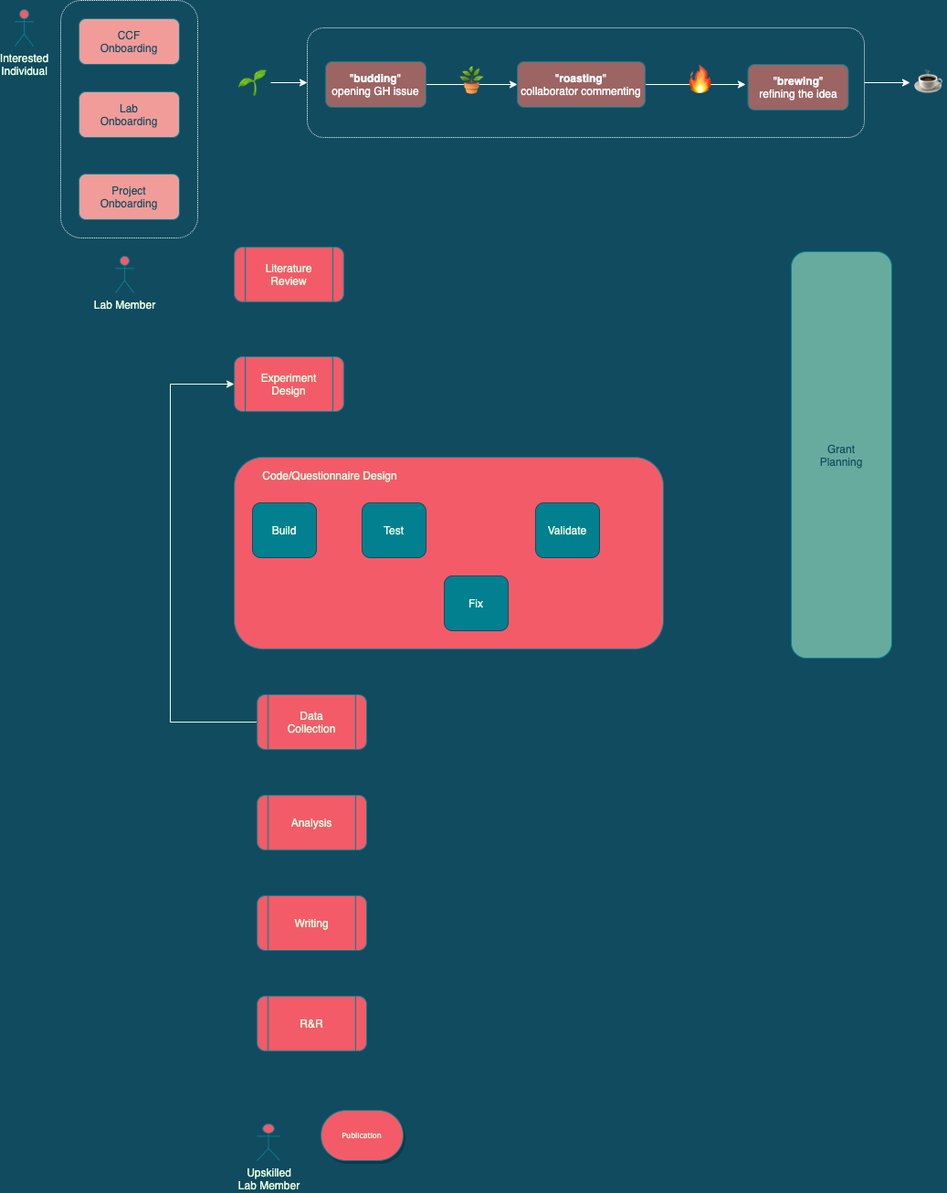
jessb0t/marathons keeps this draw.io diagram as Untitled Diagram.png. Above is the earlier version. Source tidied: cells renumbered, new cells last; positions are measured from the earlier drawing's top-left corner, leaving out a move shared by most shapes.
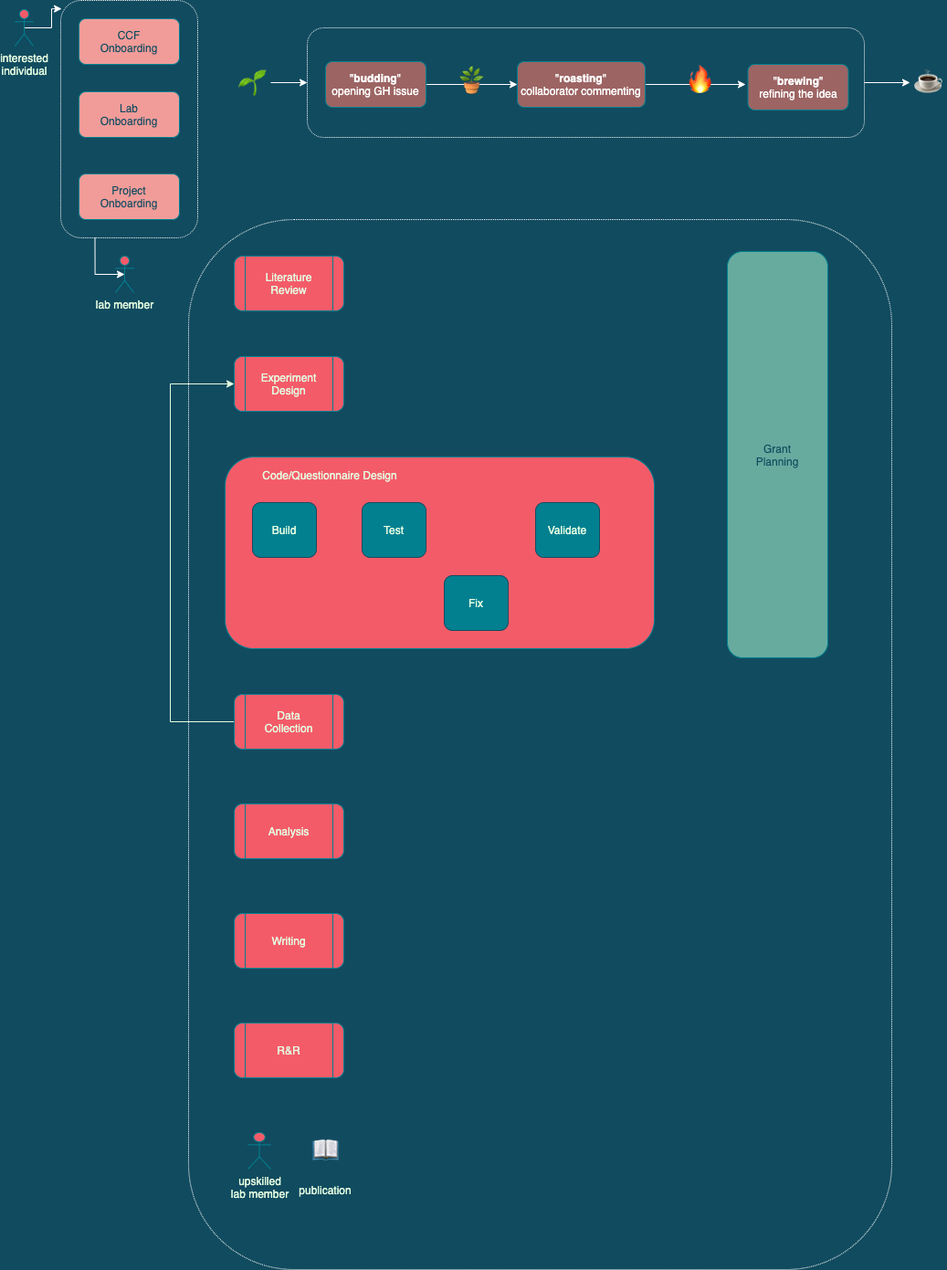
Later version of the same file.

Diff of the diagram source:
```diff
@@ -2,20 +2,20 @@
   <root>
     <mxCell id="0" />
     <mxCell id="1" parent="0" />
+    <mxCell id="36" style="rounded=1;whiteSpace=wrap;html=1;shadow=0;dashed=1;dashPattern=1 1;fontSize=31;fontColor=#294540;strokeColor=#FFFFFF;fillColor=none;align=center;" parent="1" vertex="1">
+      <mxGeometry x="190" y="240" width="770" height="1150" as="geometry" />
+    </mxCell>
     <mxCell id="2" style="rounded=1;whiteSpace=wrap;html=1;shadow=0;dashed=1;dashPattern=1 1;fontSize=31;fontColor=#294540;strokeColor=#FFFFFF;fillColor=none;align=center;" parent="1" vertex="1">
       <mxGeometry x="320" y="30" width="610" height="120" as="geometry" />
     </mxCell>
-    <mxCell id="3" value="Publication" style="strokeWidth=1;html=1;shape=mxgraph.flowchart.terminator;whiteSpace=wrap;rounded=0;shadow=1;labelBackgroundColor=none;fontFamily=Verdana;fontSize=8;align=center;fillColor=#F45B69;strokeColor=#028090;fontColor=#E4FDE1;" parent="1" vertex="1">
-      <mxGeometry x="335" y="1215" width="90" height="55" as="geometry" />
-    </mxCell>
     <mxCell id="4" value="Literature&lt;br&gt;Review" style="shape=process;whiteSpace=wrap;html=1;backgroundOutline=1;rounded=1;sketch=0;fontColor=#E4FDE1;strokeColor=#028090;fillColor=#F45B69;" parent="1" vertex="1">
-      <mxGeometry x="240" y="270" width="120" height="60" as="geometry" />
+      <mxGeometry x="240" y="280" width="120" height="60" as="geometry" />
     </mxCell>
     <mxCell id="5" value="Experiment&lt;br&gt;Design" style="shape=process;whiteSpace=wrap;html=1;backgroundOutline=1;rounded=1;sketch=0;fontColor=#E4FDE1;strokeColor=#028090;fillColor=#F45B69;" parent="1" vertex="1">
       <mxGeometry x="240" y="390" width="120" height="60" as="geometry" />
     </mxCell>
     <mxCell id="6" style="rounded=1;whiteSpace=wrap;html=1;sketch=0;fontColor=#E4FDE1;strokeColor=#028090;fillColor=#F45B69;" parent="1" vertex="1">
-      <mxGeometry x="240" y="500" width="470" height="210" as="geometry" />
+      <mxGeometry x="230" y="500" width="470" height="210" as="geometry" />
     </mxCell>
     <mxCell id="7" style="edgeStyle=orthogonalEdgeStyle;rounded=0;jettySize=auto;html=1;exitX=0;exitY=0.5;exitDx=0;exitDy=0;entryX=0;entryY=0.5;entryDx=0;entryDy=0;fontSize=31;fontColor=#294540;strokeColor=#E4FDE1;" parent="1" edge="1" source="8" target="5">
       <mxGeometry relative="1" as="geometry">
@@ -26,19 +26,19 @@
       </mxGeometry>
     </mxCell>
     <mxCell id="8" value="Data&lt;br&gt;Collection" style="shape=process;whiteSpace=wrap;html=1;backgroundOutline=1;rounded=1;sketch=0;fontColor=#E4FDE1;strokeColor=#028090;fillColor=#F45B69;shadow=0;" parent="1" vertex="1">
-      <mxGeometry x="265" y="760" width="120" height="60" as="geometry" />
+      <mxGeometry x="240" y="760" width="120" height="60" as="geometry" />
     </mxCell>
     <mxCell id="9" value="Analysis" style="shape=process;whiteSpace=wrap;html=1;backgroundOutline=1;rounded=1;sketch=0;fontColor=#E4FDE1;strokeColor=#028090;fillColor=#F45B69;shadow=0;" parent="1" vertex="1">
-      <mxGeometry x="265" y="870" width="120" height="60" as="geometry" />
+      <mxGeometry x="240" y="880" width="120" height="60" as="geometry" />
     </mxCell>
     <mxCell id="10" value="Writing" style="shape=process;whiteSpace=wrap;html=1;backgroundOutline=1;rounded=1;sketch=0;fontColor=#E4FDE1;strokeColor=#028090;fillColor=#F45B69;shadow=0;" parent="1" vertex="1">
-      <mxGeometry x="265" y="980" width="120" height="60" as="geometry" />
+      <mxGeometry x="240" y="1000" width="120" height="60" as="geometry" />
     </mxCell>
     <mxCell id="11" value="R&amp;amp;R" style="shape=process;whiteSpace=wrap;html=1;backgroundOutline=1;rounded=1;sketch=0;fontColor=#E4FDE1;strokeColor=#028090;fillColor=#F45B69;shadow=0;" parent="1" vertex="1">
-      <mxGeometry x="265" y="1090" width="120" height="60" as="geometry" />
+      <mxGeometry x="240" y="1120" width="120" height="60" as="geometry" />
     </mxCell>
-    <mxCell id="12" value="Upskilled&lt;br&gt;Lab Member" style="shape=umlActor;verticalLabelPosition=bottom;verticalAlign=top;html=1;rounded=0;shadow=0;sketch=0;fontColor=#E4FDE1;strokeColor=#028090;fillColor=#F45B69;" parent="1" vertex="1">
-      <mxGeometry x="265" y="1230" width="25" height="40" as="geometry" />
+    <mxCell id="12" value="upskilled&lt;br&gt;lab member" style="shape=umlActor;verticalLabelPosition=bottom;verticalAlign=top;html=1;rounded=0;shadow=0;sketch=0;fontColor=#E4FDE1;strokeColor=#028090;fillColor=#F45B69;" parent="1" vertex="1">
+      <mxGeometry x="255" y="1240" width="25" height="40" as="geometry" />
     </mxCell>
     <mxCell id="13" value="Code/Questionnaire Design" style="text;html=1;strokeColor=none;fillColor=none;align=center;verticalAlign=middle;whiteSpace=wrap;rounded=0;shadow=0;sketch=0;fontColor=#E4FDE1;" parent="1" vertex="1">
       <mxGeometry x="250" y="510" width="190" height="20" as="geometry" />
@@ -64,10 +64,13 @@
     <mxCell id="20" value="&lt;font color=&quot;#114b5f&quot;&gt;Project&lt;br&gt;Onboarding&lt;/font&gt;" style="rounded=1;whiteSpace=wrap;html=1;sketch=0;fontColor=#E4FDE1;strokeColor=#028090;gradientColor=none;fillColor=#F19C99;" parent="1" vertex="1">
       <mxGeometry x="70" y="190" width="110" height="50" as="geometry" />
     </mxCell>
-    <mxCell id="21" value="Lab Member" style="shape=umlActor;verticalLabelPosition=bottom;verticalAlign=top;html=1;outlineConnect=0;rounded=0;shadow=0;sketch=0;fontColor=#E4FDE1;strokeColor=#028090;fillColor=#F45B69;" parent="1" vertex="1">
+    <mxCell id="21" value="lab member" style="shape=umlActor;verticalLabelPosition=bottom;verticalAlign=top;html=1;outlineConnect=0;rounded=0;shadow=0;sketch=0;fontColor=#E4FDE1;strokeColor=#028090;fillColor=#F45B69;" parent="1" vertex="1">
       <mxGeometry x="110" y="280" width="20" height="40" as="geometry" />
     </mxCell>
+    <mxCell id="37" style="edgeStyle=orthogonalEdgeStyle;rounded=0;jettySize=auto;html=1;exitX=0.5;exitY=0.5;exitDx=0;exitDy=0;exitPerimeter=0;entryX=0.007;entryY=0.035;entryDx=0;entryDy=0;entryPerimeter=0;fontSize=31;fontColor=#294540;strokeColor=#FFFFFF;" parent="1" edge="1" source="22" target="32">
+      <mxGeometry relative="1" as="geometry" />
+    </mxCell>
-    <mxCell id="22" value="Interested&lt;br&gt;Individual" style="shape=umlActor;verticalLabelPosition=bottom;verticalAlign=top;html=1;outlineConnect=0;rounded=0;shadow=0;sketch=0;fontColor=#E4FDE1;strokeColor=#028090;fillColor=#F45B69;" parent="1" vertex="1">
+    <mxCell id="22" value="interested&lt;br&gt;individual" style="shape=umlActor;verticalLabelPosition=bottom;verticalAlign=top;html=1;outlineConnect=0;rounded=0;shadow=0;sketch=0;fontColor=#E4FDE1;strokeColor=#028090;fillColor=#F45B69;" parent="1" vertex="1">
       <mxGeometry y="10" width="20" height="40" as="geometry" />
     </mxCell>
     <mxCell id="23" style="edgeStyle=orthogonalEdgeStyle;rounded=0;jettySize=auto;html=1;exitX=1;exitY=0.5;exitDx=0;exitDy=0;entryX=0;entryY=0.5;entryDx=0;entryDy=0;fontSize=31;fontColor=#294540;strokeColor=#FFFFFF;" parent="1" edge="1" source="24" target="2">
@@ -97,8 +100,15 @@
       <mxGeometry x="802.5" y="70" width="110" height="50" as="geometry" />
     </mxCell>
     <mxCell id="31" value="&lt;font color=&quot;#114b5f&quot;&gt;Grant&lt;br&gt;Planning&lt;/font&gt;" style="rounded=1;whiteSpace=wrap;html=1;sketch=0;fontColor=#E4FDE1;strokeColor=#028090;gradientColor=none;fillColor=#67AB9F;" parent="1" vertex="1">
-      <mxGeometry x="850" y="275" width="110" height="445" as="geometry" />
+      <mxGeometry x="780" y="275" width="110" height="445" as="geometry" />
     </mxCell>
+    <mxCell id="38" style="edgeStyle=orthogonalEdgeStyle;rounded=0;jettySize=auto;html=1;exitX=0.25;exitY=1;exitDx=0;exitDy=0;entryX=0.5;entryY=0.5;entryDx=0;entryDy=0;entryPerimeter=0;fontSize=31;fontColor=#294540;strokeColor=#FFFFFF;" parent="1" edge="1" source="32" target="21">
+      <mxGeometry relative="1" as="geometry">
+        <Array as="points">
+          <mxPoint x="88" y="300" />
+        </Array>
+      </mxGeometry>
+    </mxCell>
     <mxCell id="32" style="rounded=1;whiteSpace=wrap;html=1;shadow=0;fontSize=31;fontColor=#294540;align=center;dashed=1;dashPattern=1 1;strokeColor=#FFFFFF;fillColor=none;" parent="1" vertex="1">
       <mxGeometry x="50" width="150" height="260" as="geometry" />
     </mxCell>
@@ -111,5 +121,8 @@
     <mxCell id="35" value="🪴" style="text;whiteSpace=wrap;html=1;fontSize=31;align=center;" parent="1" vertex="1">
       <mxGeometry x="470" y="63" width="60" height="50" as="geometry" />
     </mxCell>
+    <mxCell id="39" value="📖&lt;br&gt;&lt;font style=&quot;font-size: 12px&quot; color=&quot;#e4fde1&quot;&gt;publication&lt;/font&gt;" style="text;whiteSpace=wrap;html=1;fontSize=31;fontColor=#294540;align=center;" parent="1" vertex="1">
+      <mxGeometry x="310" y="1235" width="60" height="50" as="geometry" />
+    </mxCell>
   </root>
 </mxGraphModel>
```
